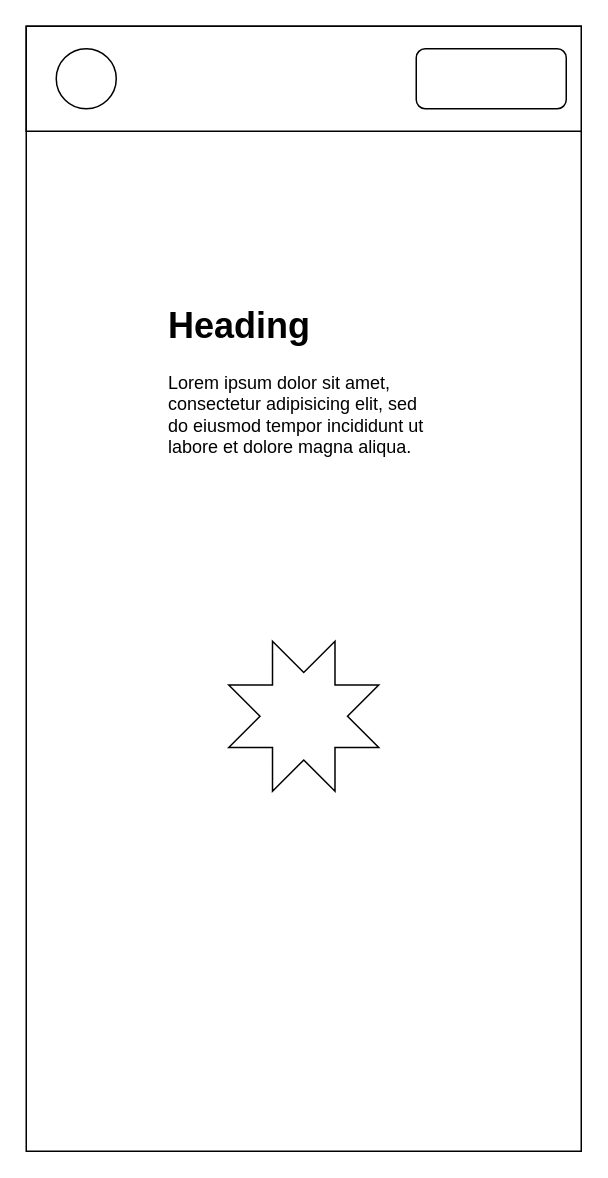
The draw.io diagram page "Intro Page" (1 of 3) of public/Untitled Diagram.drawio in eric-nichols-nyc/trellnode, before the edit. Source tidied: cells renumbered, new cells numbered last; positions are measured from the earlier drawing's top-left corner, leaving out a move shared by most shapes. Both pictures are drawn from the tidied source at 150%, with x=0, y=0 at pixel (26, 26).
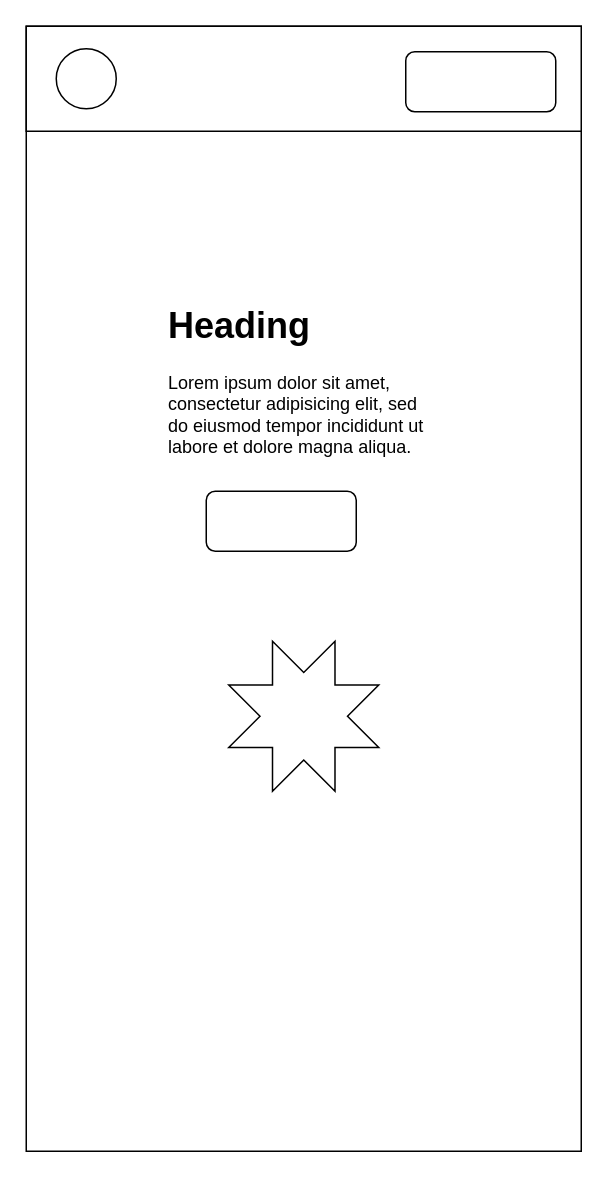
The same diagram, later.

What changed in the source:
```diff
@@
 <mxGraphModel>
   <root>
     <mxCell id="0" />
     <mxCell id="1" parent="0" />
     <mxCell id="2" style="rounded=0;whiteSpace=wrap;html=1;" parent="1" vertex="1">
       <mxGeometry width="370" height="750" as="geometry" />
     </mxCell>
     <mxCell id="3" style="rounded=0;whiteSpace=wrap;html=1;" parent="1" vertex="1">
       <mxGeometry width="370" height="70" as="geometry" />
     </mxCell>
     <mxCell id="4" style="ellipse;whiteSpace=wrap;html=1;" parent="1" vertex="1">
       <mxGeometry x="20" y="15" width="40" height="40" as="geometry" />
     </mxCell>
     <mxCell id="5" style="rounded=1;whiteSpace=wrap;html=1;" parent="1" vertex="1">
-      <mxGeometry x="260" y="15" width="100" height="40" as="geometry" />
+      <mxGeometry x="120" y="310" width="100" height="40" as="geometry" />
     </mxCell>
     <mxCell id="6" value="&lt;h1&gt;Heading&lt;/h1&gt;&lt;p&gt;Lorem ipsum dolor sit amet, consectetur adipisicing elit, sed do eiusmod tempor incididunt ut labore et dolore magna aliqua.&lt;/p&gt;" style="text;html=1;strokeColor=none;fillColor=none;spacing=5;spacingTop=-20;whiteSpace=wrap;overflow=hidden;rounded=0;" parent="1" vertex="1">
       <mxGeometry x="90" y="180" width="190" height="120" as="geometry" />
     </mxCell>
     <mxCell id="7" style="verticalLabelPosition=bottom;verticalAlign=top;html=1;shape=mxgraph.basic.8_point_star;" parent="1" vertex="1">
       <mxGeometry x="135" y="410" width="100" height="100" as="geometry" />
     </mxCell>
+    <mxCell id="8" style="rounded=1;whiteSpace=wrap;html=1;" parent="1" vertex="1">
+      <mxGeometry x="253" y="17" width="100" height="40" as="geometry" />
+    </mxCell>
   </root>
 </mxGraphModel>
```
